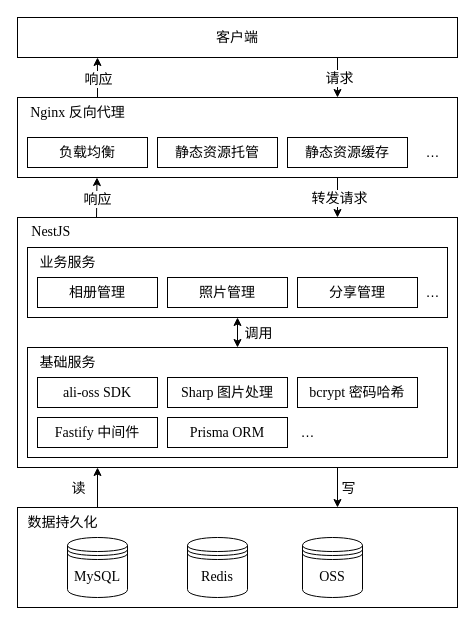
Before: public/back-end-arch.drawio in 3fuyang/3fuyang.github.io, a draw.io diagram. Source tidied: cells renumbered, new cells numbered last; positions are measured from the earlier drawing's top-left corner, leaving out a move shared by most shapes. Both pictures are drawn from the tidied source at 100%, with x=0, y=0 at pixel (17, 17).
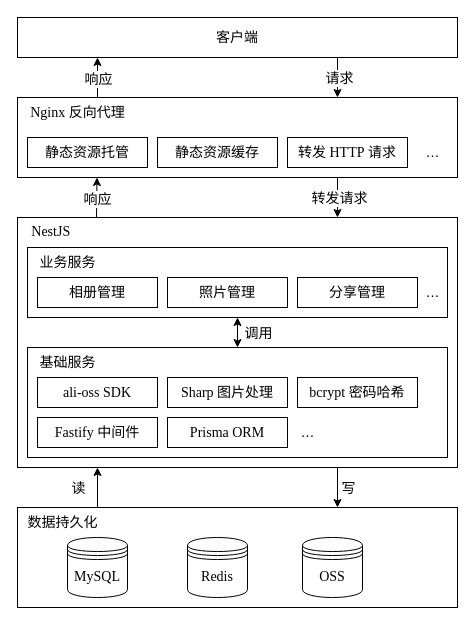
The same page after the edit.

Diff of the diagram source:
```diff
@@
-    <mxCell id="4" value="&lt;font face=&quot;宋体&quot; style=&quot;font-size: 14px;&quot;&gt;负载均衡&lt;/font&gt;" style="rounded=0;whiteSpace=wrap;html=1;" parent="1" vertex="1">
-      <mxGeometry x="10" y="120" width="120" height="30" as="geometry" />
-    </mxCell>
     <mxCell id="5" value="&lt;font face=&quot;宋体&quot; style=&quot;font-size: 14px;&quot;&gt;静态资源托管&lt;/font&gt;" style="rounded=0;whiteSpace=wrap;html=1;" parent="1" vertex="1">
-      <mxGeometry x="140" y="120" width="120" height="30" as="geometry" />
+      <mxGeometry x="10" y="120" width="120" height="30" as="geometry" />
     </mxCell>
     <mxCell id="6" value="&lt;font face=&quot;宋体&quot; style=&quot;font-size: 14px;&quot;&gt;静态资源缓存&lt;/font&gt;" style="rounded=0;whiteSpace=wrap;html=1;" parent="1" vertex="1">
-      <mxGeometry x="270" y="120" width="120" height="30" as="geometry" />
+      <mxGeometry x="140" y="120" width="120" height="30" as="geometry" />
     </mxCell>
@@
+    <mxCell id="44" value="&lt;font face=&quot;宋体&quot; style=&quot;font-size: 14px;&quot;&gt;转发&lt;/font&gt;&lt;font face=&quot;Times New Roman&quot; style=&quot;font-size: 14px;&quot;&gt;&amp;nbsp;&lt;/font&gt;&lt;font face=&quot;Times New Roman&quot; style=&quot;font-size: 14px;&quot;&gt;HTTP&amp;nbsp;&lt;/font&gt;&lt;font face=&quot;宋体&quot; style=&quot;font-size: 14px;&quot;&gt;请求&lt;/font&gt;" style="rounded=0;whiteSpace=wrap;html=1;" parent="1" vertex="1">
+      <mxGeometry x="270" y="120" width="120" height="30" as="geometry" />
+    </mxCell>
```
